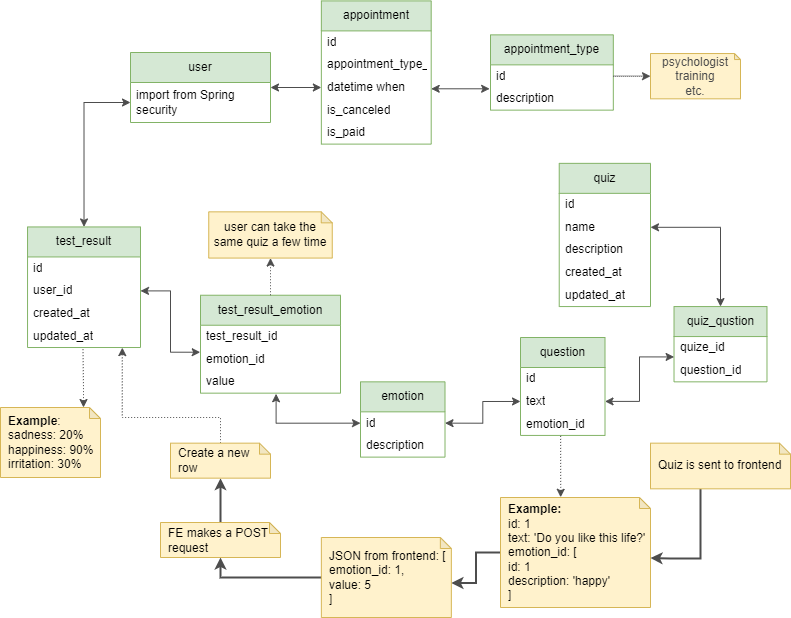
emotional-help-competition/backend keeps this draw.io diagram as docs/test_diagram.drawio.png. Above is the earlier version. Source tidied: cells renumbered, new cells last; positions are measured from the earlier drawing's top-left corner, leaving out a move shared by most shapes.
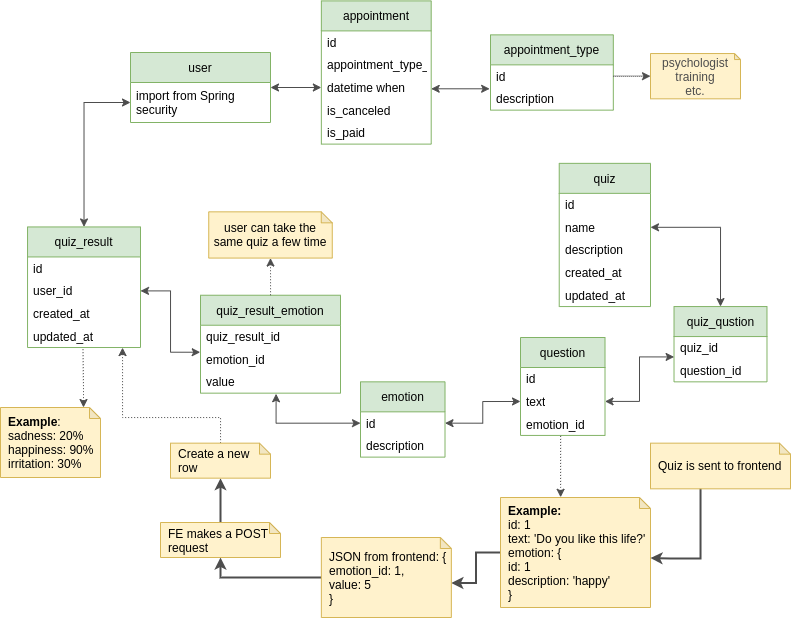
Later version of the same file.

Change to the diagram source:
```diff
@@ -77,7 +77,7 @@
     <mxCell id="26" value="quiz_qustion" style="swimlane;fontStyle=0;horizontal=1;startSize=30;whiteSpace=wrap;html=1;fillColor=#d5e8d4;strokeColor=#82b366;" parent="1" vertex="1">
       <mxGeometry x="673.5" y="306.1" width="93" height="75.3" as="geometry" />
     </mxCell>
-    <mxCell id="27" value="quize_id" style="text;strokeColor=none;fillColor=none;align=left;verticalAlign=middle;spacingLeft=4;spacingRight=4;overflow=hidden;points=[[0,0.5],[1,0.5]];portConstraint=eastwest;whiteSpace=wrap;html=1;" parent="26" vertex="1">
+    <mxCell id="27" value="quiz_id" style="text;strokeColor=none;fillColor=none;align=left;verticalAlign=middle;spacingLeft=4;spacingRight=4;overflow=hidden;points=[[0,0.5],[1,0.5]];portConstraint=eastwest;whiteSpace=wrap;html=1;" parent="26" vertex="1">
       <mxGeometry y="30" width="93" height="22.6" as="geometry" />
     </mxCell>
     <mxCell id="28" value="question_id" style="text;strokeColor=none;fillColor=none;align=left;verticalAlign=middle;spacingLeft=4;spacingRight=4;overflow=hidden;whiteSpace=wrap;html=1;" parent="26" vertex="1">
@@ -98,10 +98,10 @@
     <mxCell id="33" style="edgeStyle=orthogonalEdgeStyle;rounded=0;jettySize=auto;html=1;exitX=1;exitY=0.5;exitDx=0;exitDy=0;entryX=0;entryY=0.5;entryDx=0;entryDy=0;startArrow=classic;startFill=1;strokeColor=#4D4D4D;" parent="1" edge="1" source="31" target="24">
       <mxGeometry relative="1" as="geometry" />
     </mxCell>
-    <mxCell id="34" value="test_result_emotion" style="swimlane;fontStyle=0;horizontal=1;startSize=30;whiteSpace=wrap;html=1;fillColor=#d5e8d4;strokeColor=#82b366;" parent="1" vertex="1">
+    <mxCell id="34" value="quiz_result_emotion" style="swimlane;fontStyle=0;horizontal=1;startSize=30;whiteSpace=wrap;html=1;fillColor=#d5e8d4;strokeColor=#82b366;" parent="1" vertex="1">
       <mxGeometry x="200" y="294.7" width="140" height="97.9" as="geometry" />
     </mxCell>
-    <mxCell id="35" value="test_result_id" style="text;strokeColor=none;fillColor=none;align=left;verticalAlign=middle;spacingLeft=4;spacingRight=4;overflow=hidden;whiteSpace=wrap;html=1;" parent="34" vertex="1">
+    <mxCell id="35" value="quiz_result_id" style="text;strokeColor=none;fillColor=none;align=left;verticalAlign=middle;spacingLeft=4;spacingRight=4;overflow=hidden;whiteSpace=wrap;html=1;" parent="34" vertex="1">
       <mxGeometry y="30" width="140" height="22.6" as="geometry" />
     </mxCell>
     <mxCell id="36" value="emotion_id" style="text;strokeColor=none;fillColor=none;align=left;verticalAlign=middle;spacingLeft=4;spacingRight=4;overflow=hidden;points=[[0,0.5],[1,0.5]];portConstraint=eastwest;whiteSpace=wrap;html=1;" parent="34" vertex="1">
@@ -142,7 +142,7 @@
     <mxCell id="46" value="&lt;b&gt;Example&lt;/b&gt;:&lt;br&gt;sadness: 20%&lt;br&gt;happiness: 90%&lt;br&gt;irritation: 30%" style="shape=note;whiteSpace=wrap;html=1;backgroundOutline=1;darkOpacity=0.05;size=11;spacingTop=0;fillColor=#fff2cc;strokeColor=#d6b656;align=left;spacingLeft=6;" parent="1" vertex="1">
       <mxGeometry y="407" width="100" height="70" as="geometry" />
     </mxCell>
-    <mxCell id="47" value="test_result" style="swimlane;fontStyle=0;horizontal=1;startSize=30;whiteSpace=wrap;html=1;fillColor=#d5e8d4;strokeColor=#82b366;" parent="1" vertex="1">
+    <mxCell id="47" value="quiz_result" style="swimlane;fontStyle=0;horizontal=1;startSize=30;whiteSpace=wrap;html=1;fillColor=#d5e8d4;strokeColor=#82b366;" parent="1" vertex="1">
       <mxGeometry x="27" y="226.4" width="113" height="120.6" as="geometry" />
     </mxCell>
     <mxCell id="48" value="id" style="text;strokeColor=none;fillColor=none;align=left;verticalAlign=middle;spacingLeft=4;spacingRight=4;overflow=hidden;whiteSpace=wrap;html=1;" parent="47" vertex="1">
@@ -168,7 +168,7 @@
     <mxCell id="53" style="edgeStyle=orthogonalEdgeStyle;rounded=0;jettySize=auto;html=1;entryX=0;entryY=0;entryDx=130;entryDy=45.5;entryPerimeter=0;strokeColor=#4D4D4D;strokeWidth=2;fontSize=11;fontColor=#4D4D4D;startArrow=none;startFill=0;endArrow=classic;endFill=1;" parent="1" edge="1" source="54" target="58">
       <mxGeometry relative="1" as="geometry" />
     </mxCell>
-    <mxCell id="54" value="&lt;b&gt;Example:&lt;/b&gt;&lt;br&gt;id: 1&lt;br&gt;text: 'Do you like this life?'&lt;br&gt;emotion_id: [&lt;br&gt;id: 1&lt;br&gt;description: 'happy'&lt;br&gt;&lt;div style=&quot;&quot;&gt;]&lt;/div&gt;" style="shape=note;whiteSpace=wrap;html=1;backgroundOutline=1;darkOpacity=0.05;size=11;spacingTop=0;fillColor=#fff2cc;strokeColor=#d6b656;align=left;spacingBottom=0;spacingLeft=6;" parent="1" vertex="1">
+    <mxCell id="54" value="&lt;b&gt;Example:&lt;/b&gt;&lt;br&gt;id: 1&lt;br&gt;text: 'Do you like this life?'&lt;br&gt;emotion: {&lt;br&gt;id: 1&lt;br&gt;description: 'happy'&lt;br&gt;&lt;div style=&quot;&quot;&gt;}&lt;/div&gt;" style="shape=note;whiteSpace=wrap;html=1;backgroundOutline=1;darkOpacity=0.05;size=11;spacingTop=0;fillColor=#fff2cc;strokeColor=#d6b656;align=left;spacingBottom=0;spacingLeft=6;" parent="1" vertex="1">
       <mxGeometry x="500" y="497" width="150" height="110" as="geometry" />
     </mxCell>
     <mxCell id="55" style="edgeStyle=orthogonalEdgeStyle;rounded=0;jettySize=auto;html=1;entryX=0;entryY=0;entryDx=150;entryDy=60.5;entryPerimeter=0;strokeColor=#4D4D4D;fontSize=11;fontColor=#4D4D4D;startArrow=none;startFill=0;endArrow=classic;endFill=1;strokeWidth=2;" parent="1" edge="1" source="56" target="54">
@@ -185,7 +185,7 @@
     <mxCell id="57" style="edgeStyle=orthogonalEdgeStyle;rounded=0;jettySize=auto;html=1;entryX=0.5;entryY=1;entryDx=0;entryDy=0;entryPerimeter=0;strokeColor=#4D4D4D;strokeWidth=2;fontSize=11;fontColor=#4D4D4D;startArrow=none;startFill=0;endArrow=classic;endFill=1;" parent="1" edge="1" source="58" target="60">
       <mxGeometry relative="1" as="geometry" />
     </mxCell>
-    <mxCell id="58" value="JSON from frontend: [&lt;br&gt;emotion_id: 1,&lt;br&gt;value: 5&lt;br&gt;]" style="shape=note;whiteSpace=wrap;html=1;backgroundOutline=1;darkOpacity=0.05;size=11;spacingTop=0;fillColor=#fff2cc;strokeColor=#d6b656;align=left;spacingBottom=0;spacingLeft=6;" parent="1" vertex="1">
+    <mxCell id="58" value="JSON from frontend: {&lt;br&gt;emotion_id: 1,&lt;br&gt;value: 5&lt;br&gt;}" style="shape=note;whiteSpace=wrap;html=1;backgroundOutline=1;darkOpacity=0.05;size=11;spacingTop=0;fillColor=#fff2cc;strokeColor=#d6b656;align=left;spacingBottom=0;spacingLeft=6;" parent="1" vertex="1">
       <mxGeometry x="320.9" y="537" width="130" height="80" as="geometry" />
     </mxCell>
     <mxCell id="59" style="edgeStyle=orthogonalEdgeStyle;rounded=0;jettySize=auto;html=1;strokeColor=#4D4D4D;strokeWidth=2;fontSize=11;fontColor=#4D4D4D;startArrow=none;startFill=0;endArrow=classic;endFill=1;" parent="1" edge="1" source="60" target="62">
```
